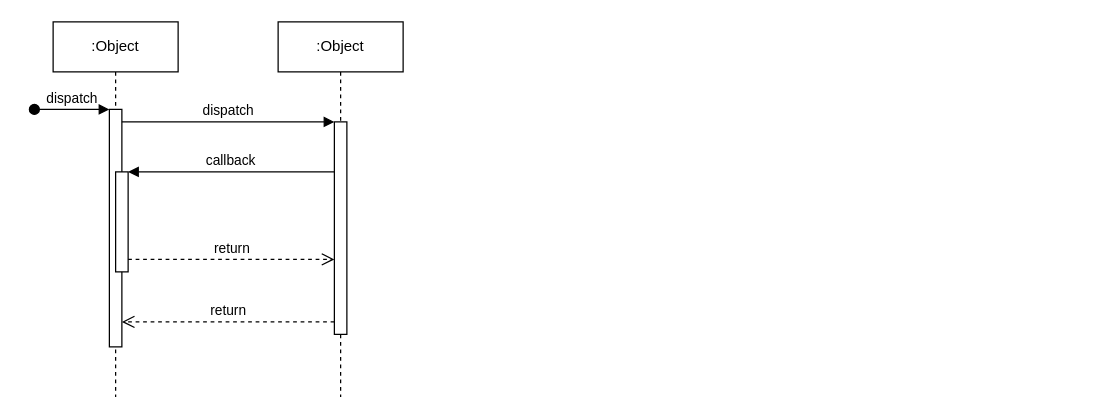
Earlier version of the draw.io diagram YARNHighSequence.drawio (Amir-kar/EECS4314-GroupD). Source tidied: cells renumbered, new cells numbered last; positions are measured from the earlier drawing's top-left corner, leaving out a move shared by most shapes. Both pictures are drawn from the tidied source at 125%, with x=0, y=0 at pixel (34, 21).
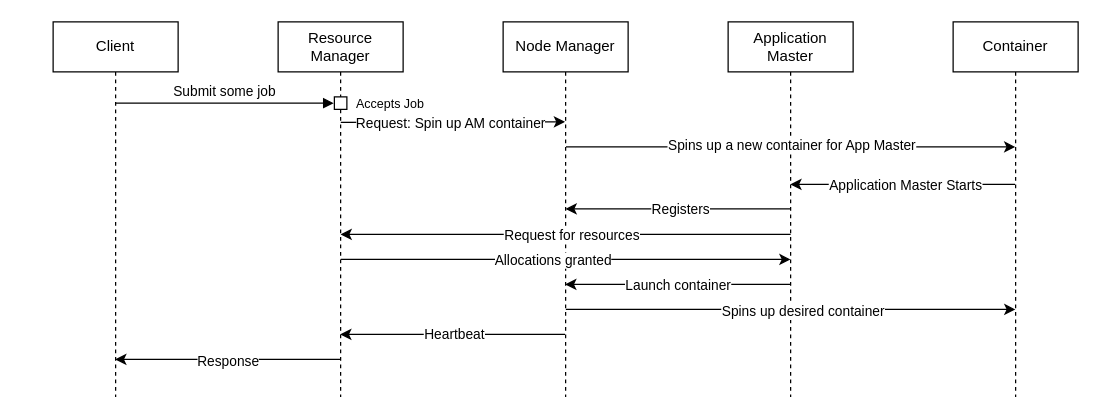
The same page after the edit.

Change to the diagram source:
```diff
@@
-    <mxCell id="2" value=":Object" style="shape=umlLifeline;perimeter=lifelinePerimeter;whiteSpace=wrap;html=1;newEdgeStyle={&quot;edgeStyle&quot;:&quot;elbowEdgeStyle&quot;,&quot;elbow&quot;:&quot;vertical&quot;,&quot;curved&quot;:0,&quot;rounded&quot;:0};" parent="1" vertex="1">
+    <mxCell id="2" value="Client" style="shape=umlLifeline;perimeter=lifelinePerimeter;whiteSpace=wrap;html=1;newEdgeStyle={&quot;edgeStyle&quot;:&quot;elbowEdgeStyle&quot;,&quot;elbow&quot;:&quot;vertical&quot;,&quot;curved&quot;:0,&quot;rounded&quot;:0};" parent="1" vertex="1">
       <mxGeometry x="15" width="100" height="300" as="geometry" />
     </mxCell>
+    <mxCell id="12" style="edgeStyle=elbowEdgeStyle;rounded=0;orthogonalLoop=1;jettySize=auto;html=1;elbow=vertical;curved=0;" parent="1" edge="1">
+      <mxGeometry relative="1" as="geometry">
+        <mxPoint x="245.1" y="80.3" as="sourcePoint" />
+        <mxPoint x="424.5" y="80.3" as="targetPoint" />
+      </mxGeometry>
+    </mxCell>
+    <mxCell id="13" value="Request: Spin up AM container" style="edgeLabel;html=1;align=center;verticalAlign=middle;" parent="12" vertex="1">
+      <mxGeometry x="-0.02" y="3" relative="1" as="geometry">
+        <mxPoint y="3" as="offset" />
+      </mxGeometry>
+    </mxCell>
+    <mxCell id="6" value="Resource Manager" style="shape=umlLifeline;perimeter=lifelinePerimeter;whiteSpace=wrap;html=1;newEdgeStyle={&quot;edgeStyle&quot;:&quot;elbowEdgeStyle&quot;,&quot;elbow&quot;:&quot;vertical&quot;,&quot;curved&quot;:0,&quot;rounded&quot;:0};" parent="1" vertex="1">
+      <mxGeometry x="195" width="100" height="300" as="geometry" />
+    </mxCell>
-    <mxCell id="3" style="html=1;points=[];perimeter=orthogonalPerimeter;outlineConnect=0;targetShapes=umlLifeline;portConstraint=eastwest;newEdgeStyle={&quot;edgeStyle&quot;:&quot;elbowEdgeStyle&quot;,&quot;elbow&quot;:&quot;vertical&quot;,&quot;curved&quot;:0,&quot;rounded&quot;:0};" parent="2" vertex="1">
-      <mxGeometry x="45" y="70" width="10" height="190" as="geometry" />
+    <mxCell id="3" style="html=1;points=[];perimeter=orthogonalPerimeter;outlineConnect=0;targetShapes=umlLifeline;portConstraint=eastwest;newEdgeStyle={&quot;edgeStyle&quot;:&quot;elbowEdgeStyle&quot;,&quot;elbow&quot;:&quot;vertical&quot;,&quot;curved&quot;:0,&quot;rounded&quot;:0};" parent="6" vertex="1">
+      <mxGeometry x="45" y="60" width="10" height="10" as="geometry" />
     </mxCell>
-    <mxCell id="4" value="dispatch" style="html=1;verticalAlign=bottom;startArrow=oval;endArrow=block;startSize=8;edgeStyle=elbowEdgeStyle;elbow=vertical;curved=0;rounded=0;" parent="2" edge="1" target="3">
-      <mxGeometry relative="1" as="geometry">
-        <mxPoint x="-15" y="70" as="sourcePoint" />
-      </mxGeometry>
-    </mxCell>
-    <mxCell id="5" style="html=1;points=[];perimeter=orthogonalPerimeter;outlineConnect=0;targetShapes=umlLifeline;portConstraint=eastwest;newEdgeStyle={&quot;edgeStyle&quot;:&quot;elbowEdgeStyle&quot;,&quot;elbow&quot;:&quot;vertical&quot;,&quot;curved&quot;:0,&quot;rounded&quot;:0};" parent="2" vertex="1">
-      <mxGeometry x="50" y="120" width="10" height="80" as="geometry" />
-    </mxCell>
-    <mxCell id="6" value=":Object" style="shape=umlLifeline;perimeter=lifelinePerimeter;whiteSpace=wrap;html=1;newEdgeStyle={&quot;edgeStyle&quot;:&quot;elbowEdgeStyle&quot;,&quot;elbow&quot;:&quot;vertical&quot;,&quot;curved&quot;:0,&quot;rounded&quot;:0};" parent="1" vertex="1">
-      <mxGeometry x="195" width="100" height="300" as="geometry" />
-    </mxCell>
-    <mxCell id="7" style="html=1;points=[];perimeter=orthogonalPerimeter;outlineConnect=0;targetShapes=umlLifeline;portConstraint=eastwest;newEdgeStyle={&quot;edgeStyle&quot;:&quot;elbowEdgeStyle&quot;,&quot;elbow&quot;:&quot;vertical&quot;,&quot;curved&quot;:0,&quot;rounded&quot;:0};" parent="6" vertex="1">
-      <mxGeometry x="45" y="80" width="10" height="170" as="geometry" />
-    </mxCell>
+    <mxCell id="14" value="Node Manager" style="shape=umlLifeline;perimeter=lifelinePerimeter;whiteSpace=wrap;html=1;newEdgeStyle={&quot;edgeStyle&quot;:&quot;elbowEdgeStyle&quot;,&quot;elbow&quot;:&quot;vertical&quot;,&quot;curved&quot;:0,&quot;rounded&quot;:0};" parent="1" vertex="1">
+      <mxGeometry x="375" width="100" height="300" as="geometry" />
+    </mxCell>
+    <mxCell id="15" value="Application Master" style="shape=umlLifeline;perimeter=lifelinePerimeter;whiteSpace=wrap;html=1;newEdgeStyle={&quot;edgeStyle&quot;:&quot;elbowEdgeStyle&quot;,&quot;elbow&quot;:&quot;vertical&quot;,&quot;curved&quot;:0,&quot;rounded&quot;:0};" parent="1" vertex="1">
+      <mxGeometry x="555" width="100" height="300" as="geometry" />
+    </mxCell>
+    <mxCell id="16" value="Container" style="shape=umlLifeline;perimeter=lifelinePerimeter;whiteSpace=wrap;html=1;newEdgeStyle={&quot;edgeStyle&quot;:&quot;elbowEdgeStyle&quot;,&quot;elbow&quot;:&quot;vertical&quot;,&quot;curved&quot;:0,&quot;rounded&quot;:0};" parent="1" vertex="1">
+      <mxGeometry x="735" width="100" height="300" as="geometry" />
+    </mxCell>
+    <mxCell id="17" style="edgeStyle=elbowEdgeStyle;rounded=0;orthogonalLoop=1;jettySize=auto;html=1;elbow=vertical;curved=0;" parent="1" edge="1">
+      <mxGeometry relative="1" as="geometry">
+        <mxPoint x="425.3" y="100" as="sourcePoint" />
+        <mxPoint x="784.7" y="100" as="targetPoint" />
+      </mxGeometry>
+    </mxCell>
+    <mxCell id="18" value="Spins up a new container for App Master" style="edgeLabel;html=1;align=center;verticalAlign=middle;" parent="17" vertex="1">
+      <mxGeometry x="-0.12" y="2" relative="1" as="geometry">
+        <mxPoint x="22" as="offset" />
+      </mxGeometry>
+    </mxCell>
-    <mxCell id="8" value="dispatch" style="html=1;verticalAlign=bottom;endArrow=block;edgeStyle=elbowEdgeStyle;elbow=vertical;curved=0;rounded=0;" parent="1" edge="1" source="3" target="7">
+    <mxCell id="8" value="Submit some job" style="html=1;verticalAlign=bottom;endArrow=block;edgeStyle=elbowEdgeStyle;elbow=vertical;curved=0;rounded=0;" parent="1" edge="1">
       <mxGeometry relative="1" as="geometry">
+        <mxPoint x="65" y="65" as="sourcePoint" />
+        <mxPoint x="239.5" y="65" as="targetPoint" />
         <Array as="points">
-          <mxPoint x="155" y="80" />
+          <mxPoint x="150" y="65" />
         </Array>
       </mxGeometry>
     </mxCell>
-    <mxCell id="9" value="return" style="html=1;verticalAlign=bottom;endArrow=open;dashed=1;endSize=8;edgeStyle=elbowEdgeStyle;elbow=vertical;curved=0;rounded=0;" parent="1" edge="1" source="7" target="3">
-      <mxGeometry relative="1" as="geometry">
-        <Array as="points">
-          <mxPoint x="165" y="240" />
-        </Array>
-      </mxGeometry>
-    </mxCell>
-    <mxCell id="10" value="callback" style="html=1;verticalAlign=bottom;endArrow=block;edgeStyle=elbowEdgeStyle;elbow=vertical;curved=0;rounded=0;" parent="1" edge="1" source="7" target="5">
-      <mxGeometry relative="1" as="geometry">
-        <Array as="points">
-          <mxPoint x="165" y="120" />
-        </Array>
-      </mxGeometry>
-    </mxCell>
-    <mxCell id="11" value="return" style="html=1;verticalAlign=bottom;endArrow=open;dashed=1;endSize=8;edgeStyle=elbowEdgeStyle;elbow=vertical;curved=0;rounded=0;" parent="1" edge="1" source="5" target="7">
-      <mxGeometry relative="1" as="geometry">
-        <Array as="points">
-          <mxPoint x="155" y="190" />
-        </Array>
-      </mxGeometry>
-    </mxCell>
+    <mxCell id="19" value="&lt;font style=&quot;font-size: 10px;&quot;&gt;Accepts Job&lt;/font&gt;" style="text;html=1;align=center;verticalAlign=middle;whiteSpace=wrap;rounded=0;" parent="1" vertex="1">
+      <mxGeometry x="255" y="50" width="60" height="30" as="geometry" />
+    </mxCell>
+    <mxCell id="20" style="endArrow=classic;html=1;rounded=0;" parent="1" edge="1">
+      <mxGeometry relative="1" as="geometry">
+        <mxPoint x="784.5" y="130" as="sourcePoint" />
+        <mxPoint x="604.8" y="130" as="targetPoint" />
+      </mxGeometry>
+    </mxCell>
+    <mxCell id="21" value="Application Master Starts" style="edgeLabel;html=1;align=center;verticalAlign=middle;" parent="20" vertex="1">
+      <mxGeometry x="-0.02" relative="1" as="geometry" />
+    </mxCell>
+    <mxCell id="22" style="endArrow=classic;html=1;rounded=0;" parent="1" edge="1">
+      <mxGeometry relative="1" as="geometry">
+        <mxPoint x="605" y="170" as="sourcePoint" />
+        <mxPoint x="245" y="170" as="targetPoint" />
+        <Array as="points">
+          <mxPoint x="515.3" y="170" />
+        </Array>
+      </mxGeometry>
+    </mxCell>
+    <mxCell id="23" value="Request for resources" style="edgeLabel;html=1;align=center;verticalAlign=middle;" parent="22" vertex="1">
+      <mxGeometry x="-0.02" relative="1" as="geometry" />
+    </mxCell>
+    <mxCell id="24" style="endArrow=classic;html=1;rounded=0;" parent="1" edge="1">
+      <mxGeometry relative="1" as="geometry">
+        <mxPoint x="604.7" y="149.6" as="sourcePoint" />
+        <mxPoint x="425" y="149.6" as="targetPoint" />
+      </mxGeometry>
+    </mxCell>
+    <mxCell id="25" value="Registers" style="edgeLabel;html=1;align=center;verticalAlign=middle;" parent="24" vertex="1">
+      <mxGeometry x="-0.02" relative="1" as="geometry" />
+    </mxCell>
+    <mxCell id="26" style="endArrow=classic;html=1;rounded=0;" parent="1" edge="1">
+      <mxGeometry relative="1" as="geometry">
+        <mxPoint x="245.1" y="190" as="sourcePoint" />
+        <mxPoint x="604.9" y="190" as="targetPoint" />
+      </mxGeometry>
+    </mxCell>
+    <mxCell id="27" value="Allocations granted" style="edgeLabel;html=1;align=center;verticalAlign=middle;" parent="26" vertex="1">
+      <mxGeometry x="-0.12" y="-3" relative="1" as="geometry">
+        <mxPoint x="11" y="-3" as="offset" />
+      </mxGeometry>
+    </mxCell>
+    <mxCell id="28" style="endArrow=classic;html=1;rounded=0;" parent="1" edge="1">
+      <mxGeometry relative="1" as="geometry">
+        <mxPoint x="425.2" y="230" as="sourcePoint" />
+        <mxPoint x="784.8" y="230" as="targetPoint" />
+      </mxGeometry>
+    </mxCell>
+    <mxCell id="29" value="Spins up desired container" style="edgeLabel;html=1;align=center;verticalAlign=middle;" parent="28" vertex="1">
+      <mxGeometry x="-0.08" y="-1" relative="1" as="geometry">
+        <mxPoint x="24" as="offset" />
+      </mxGeometry>
+    </mxCell>
+    <mxCell id="30" style="endArrow=classic;html=1;rounded=0;" parent="1" edge="1">
+      <mxGeometry relative="1" as="geometry">
+        <mxPoint x="604.5" y="210" as="sourcePoint" />
+        <mxPoint x="424.7" y="210" as="targetPoint" />
+      </mxGeometry>
+    </mxCell>
+    <mxCell id="31" value="Launch container" style="edgeLabel;html=1;align=center;verticalAlign=middle;" parent="30" vertex="1">
+      <mxGeometry relative="1" as="geometry" />
+    </mxCell>
+    <mxCell id="32" style="endArrow=classic;html=1;rounded=0;" parent="1" edge="1">
+      <mxGeometry relative="1" as="geometry">
+        <mxPoint x="424.5" y="250" as="sourcePoint" />
+        <mxPoint x="244.7" y="250" as="targetPoint" />
+      </mxGeometry>
+    </mxCell>
+    <mxCell id="33" value="Heartbeat" style="edgeLabel;html=1;align=center;verticalAlign=middle;" parent="32" vertex="1">
+      <mxGeometry x="-0.01" y="-1" relative="1" as="geometry" />
+    </mxCell>
+    <mxCell id="34" style="endArrow=classic;html=1;rounded=0;" parent="1" edge="1">
+      <mxGeometry relative="1" as="geometry">
+        <mxPoint x="244.5" y="270" as="sourcePoint" />
+        <mxPoint x="64.7" y="270" as="targetPoint" />
+      </mxGeometry>
+    </mxCell>
+    <mxCell id="35" value="Response" style="edgeLabel;html=1;align=center;verticalAlign=middle;" parent="34" vertex="1">
+      <mxGeometry x="-0.08" y="1" relative="1" as="geometry">
+        <mxPoint x="-7" as="offset" />
+      </mxGeometry>
+    </mxCell>
```
